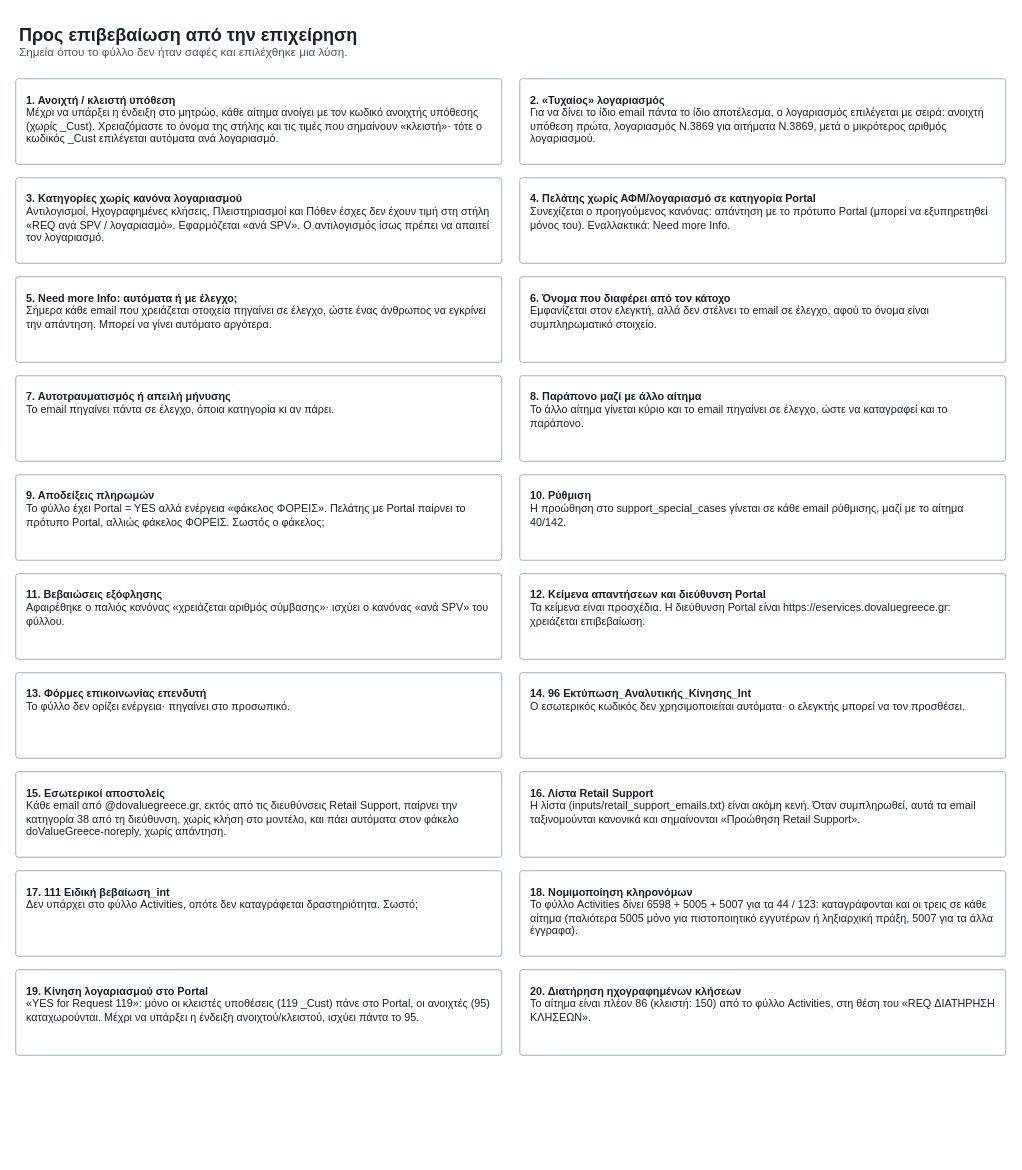
Earlier version of the draw.io diagram page "5 Προς επιβεβαίωση" (5 of 6) of docs/decision_rules.drawio (nicoleplak/email-classification). Source tidied: cells renumbered, new cells numbered last; positions are measured from the earlier drawing's top-left corner, leaving out a move shared by most shapes. Both pictures are drawn from the tidied source at 90%, with x=0, y=0 at pixel (15, 15).
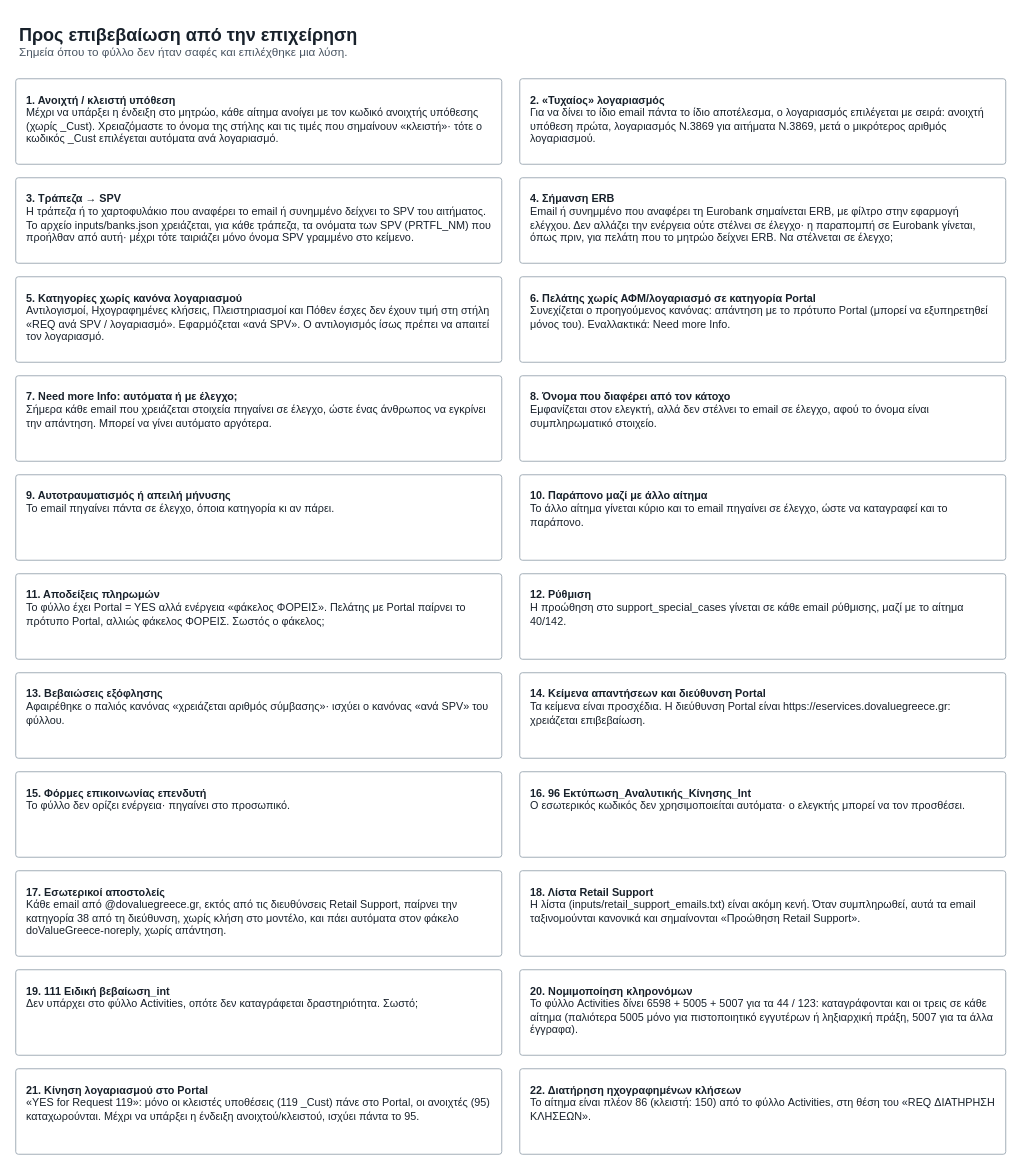
After the change.

What changed in the source:
```diff
@@
-    <mxCell id="5" value="&lt;b&gt;3. Κατηγορίες χωρίς κανόνα λογαριασμού&lt;/b&gt;&lt;br&gt;Αντιλογισμοί, Ηχογραφημένες κλήσεις, Πλειστηριασμοί και Πόθεν έσχες δεν έχουν τιμή στη στήλη «REQ ανά SPV / λογαριασμό». Εφαρμόζεται «ανά SPV». Ο αντιλογισμός ίσως πρέπει να απαιτεί τον λογαριασμό." style="rounded=1;arcSize=3;whiteSpace=wrap;html=1;align=left;verticalAlign=top;spacing=12;fillColor=#FFFFFF;strokeColor=#9AA6B2;fontFamily=Helvetica;fontColor=#18212B;fontSize=12;fontSize=12;" parent="1" vertex="1">
+    <mxCell id="5" value="&lt;b&gt;3. Τράπεζα → SPV&lt;/b&gt;&lt;br&gt;Η τράπεζα ή το χαρτοφυλάκιο που αναφέρει το email ή συνημμένο δείχνει το SPV του αιτήματος. Το αρχείο inputs/banks.json χρειάζεται, για κάθε τράπεζα, τα ονόματα των SPV (PRTFL_NM) που προήλθαν από αυτή· μέχρι τότε ταιριάζει μόνο όνομα SPV γραμμένο στο κείμενο." style="rounded=1;arcSize=3;whiteSpace=wrap;html=1;align=left;verticalAlign=top;spacing=12;fillColor=#FFFFFF;strokeColor=#9AA6B2;fontFamily=Helvetica;fontColor=#18212B;fontSize=12;fontSize=12;" parent="1" vertex="1">
       <mxGeometry y="180" width="540" height="95" as="geometry" />
     </mxCell>
-    <mxCell id="6" value="&lt;b&gt;4. Πελάτης χωρίς ΑΦΜ/λογαριασμό σε κατηγορία Portal&lt;/b&gt;&lt;br&gt;Συνεχίζεται ο προηγούμενος κανόνας: απάντηση με το πρότυπο Portal (μπορεί να εξυπηρετηθεί μόνος του). Εναλλακτικά: Need more Info." style="rounded=1;arcSize=3;whiteSpace=wrap;html=1;align=left;verticalAlign=top;spacing=12;fillColor=#FFFFFF;strokeColor=#9AA6B2;fontFamily=Helvetica;fontColor=#18212B;fontSize=12;fontSize=12;" parent="1" vertex="1">
+    <mxCell id="6" value="&lt;b&gt;4. Σήμανση ERB&lt;/b&gt;&lt;br&gt;Email ή συνημμένο που αναφέρει τη Eurobank σημαίνεται ERB, με φίλτρο στην εφαρμογή ελέγχου. Δεν αλλάζει την ενέργεια ούτε στέλνει σε έλεγχο· η παραπομπή σε Eurobank γίνεται, όπως πριν, για πελάτη που το μητρώο δείχνει ERB. Να στέλνεται σε έλεγχο;" style="rounded=1;arcSize=3;whiteSpace=wrap;html=1;align=left;verticalAlign=top;spacing=12;fillColor=#FFFFFF;strokeColor=#9AA6B2;fontFamily=Helvetica;fontColor=#18212B;fontSize=12;fontSize=12;" parent="1" vertex="1">
       <mxGeometry x="560" y="180" width="540" height="95" as="geometry" />
     </mxCell>
-    <mxCell id="7" value="&lt;b&gt;5. Need more Info: αυτόματα ή με έλεγχο;&lt;/b&gt;&lt;br&gt;Σήμερα κάθε email που χρειάζεται στοιχεία πηγαίνει σε έλεγχο, ώστε ένας άνθρωπος να εγκρίνει την απάντηση. Μπορεί να γίνει αυτόματο αργότερα." style="rounded=1;arcSize=3;whiteSpace=wrap;html=1;align=left;verticalAlign=top;spacing=12;fillColor=#FFFFFF;strokeColor=#9AA6B2;fontFamily=Helvetica;fontColor=#18212B;fontSize=12;fontSize=12;" parent="1" vertex="1">
+    <mxCell id="7" value="&lt;b&gt;5. Κατηγορίες χωρίς κανόνα λογαριασμού&lt;/b&gt;&lt;br&gt;Αντιλογισμοί, Ηχογραφημένες κλήσεις, Πλειστηριασμοί και Πόθεν έσχες δεν έχουν τιμή στη στήλη «REQ ανά SPV / λογαριασμό». Εφαρμόζεται «ανά SPV». Ο αντιλογισμός ίσως πρέπει να απαιτεί τον λογαριασμό." style="rounded=1;arcSize=3;whiteSpace=wrap;html=1;align=left;verticalAlign=top;spacing=12;fillColor=#FFFFFF;strokeColor=#9AA6B2;fontFamily=Helvetica;fontColor=#18212B;fontSize=12;fontSize=12;" parent="1" vertex="1">
       <mxGeometry y="290" width="540" height="95" as="geometry" />
     </mxCell>
-    <mxCell id="8" value="&lt;b&gt;6. Όνομα που διαφέρει από τον κάτοχο&lt;/b&gt;&lt;br&gt;Εμφανίζεται στον ελεγκτή, αλλά δεν στέλνει το email σε έλεγχο, αφού το όνομα είναι συμπληρωματικό στοιχείο." style="rounded=1;arcSize=3;whiteSpace=wrap;html=1;align=left;verticalAlign=top;spacing=12;fillColor=#FFFFFF;strokeColor=#9AA6B2;fontFamily=Helvetica;fontColor=#18212B;fontSize=12;fontSize=12;" parent="1" vertex="1">
+    <mxCell id="8" value="&lt;b&gt;6. Πελάτης χωρίς ΑΦΜ/λογαριασμό σε κατηγορία Portal&lt;/b&gt;&lt;br&gt;Συνεχίζεται ο προηγούμενος κανόνας: απάντηση με το πρότυπο Portal (μπορεί να εξυπηρετηθεί μόνος του). Εναλλακτικά: Need more Info." style="rounded=1;arcSize=3;whiteSpace=wrap;html=1;align=left;verticalAlign=top;spacing=12;fillColor=#FFFFFF;strokeColor=#9AA6B2;fontFamily=Helvetica;fontColor=#18212B;fontSize=12;fontSize=12;" parent="1" vertex="1">
       <mxGeometry x="560" y="290" width="540" height="95" as="geometry" />
     </mxCell>
-    <mxCell id="9" value="&lt;b&gt;7. Αυτοτραυματισμός ή απειλή μήνυσης&lt;/b&gt;&lt;br&gt;Το email πηγαίνει πάντα σε έλεγχο, όποια κατηγορία κι αν πάρει." style="rounded=1;arcSize=3;whiteSpace=wrap;html=1;align=left;verticalAlign=top;spacing=12;fillColor=#FFFFFF;strokeColor=#9AA6B2;fontFamily=Helvetica;fontColor=#18212B;fontSize=12;fontSize=12;" parent="1" vertex="1">
+    <mxCell id="9" value="&lt;b&gt;7. Need more Info: αυτόματα ή με έλεγχο;&lt;/b&gt;&lt;br&gt;Σήμερα κάθε email που χρειάζεται στοιχεία πηγαίνει σε έλεγχο, ώστε ένας άνθρωπος να εγκρίνει την απάντηση. Μπορεί να γίνει αυτόματο αργότερα." style="rounded=1;arcSize=3;whiteSpace=wrap;html=1;align=left;verticalAlign=top;spacing=12;fillColor=#FFFFFF;strokeColor=#9AA6B2;fontFamily=Helvetica;fontColor=#18212B;fontSize=12;fontSize=12;" parent="1" vertex="1">
       <mxGeometry y="400" width="540" height="95" as="geometry" />
     </mxCell>
-    <mxCell id="10" value="&lt;b&gt;8. Παράπονο μαζί με άλλο αίτημα&lt;/b&gt;&lt;br&gt;Το άλλο αίτημα γίνεται κύριο και το email πηγαίνει σε έλεγχο, ώστε να καταγραφεί και το παράπονο." style="rounded=1;arcSize=3;whiteSpace=wrap;html=1;align=left;verticalAlign=top;spacing=12;fillColor=#FFFFFF;strokeColor=#9AA6B2;fontFamily=Helvetica;fontColor=#18212B;fontSize=12;fontSize=12;" parent="1" vertex="1">
+    <mxCell id="10" value="&lt;b&gt;8. Όνομα που διαφέρει από τον κάτοχο&lt;/b&gt;&lt;br&gt;Εμφανίζεται στον ελεγκτή, αλλά δεν στέλνει το email σε έλεγχο, αφού το όνομα είναι συμπληρωματικό στοιχείο." style="rounded=1;arcSize=3;whiteSpace=wrap;html=1;align=left;verticalAlign=top;spacing=12;fillColor=#FFFFFF;strokeColor=#9AA6B2;fontFamily=Helvetica;fontColor=#18212B;fontSize=12;fontSize=12;" parent="1" vertex="1">
       <mxGeometry x="560" y="400" width="540" height="95" as="geometry" />
     </mxCell>
-    <mxCell id="11" value="&lt;b&gt;9. Αποδείξεις πληρωμών&lt;/b&gt;&lt;br&gt;Το φύλλο έχει Portal = YES αλλά ενέργεια «φάκελος ΦΟΡΕΙΣ». Πελάτης με Portal παίρνει το πρότυπο Portal, αλλιώς φάκελος ΦΟΡΕΙΣ. Σωστός ο φάκελος;" style="rounded=1;arcSize=3;whiteSpace=wrap;html=1;align=left;verticalAlign=top;spacing=12;fillColor=#FFFFFF;strokeColor=#9AA6B2;fontFamily=Helvetica;fontColor=#18212B;fontSize=12;fontSize=12;" parent="1" vertex="1">
+    <mxCell id="11" value="&lt;b&gt;9. Αυτοτραυματισμός ή απειλή μήνυσης&lt;/b&gt;&lt;br&gt;Το email πηγαίνει πάντα σε έλεγχο, όποια κατηγορία κι αν πάρει." style="rounded=1;arcSize=3;whiteSpace=wrap;html=1;align=left;verticalAlign=top;spacing=12;fillColor=#FFFFFF;strokeColor=#9AA6B2;fontFamily=Helvetica;fontColor=#18212B;fontSize=12;fontSize=12;" parent="1" vertex="1">
       <mxGeometry y="510" width="540" height="95" as="geometry" />
     </mxCell>
-    <mxCell id="12" value="&lt;b&gt;10. Ρύθμιση&lt;/b&gt;&lt;br&gt;Η προώθηση στο support_special_cases γίνεται σε κάθε email ρύθμισης, μαζί με το αίτημα 40/142." style="rounded=1;arcSize=3;whiteSpace=wrap;html=1;align=left;verticalAlign=top;spacing=12;fillColor=#FFFFFF;strokeColor=#9AA6B2;fontFamily=Helvetica;fontColor=#18212B;fontSize=12;fontSize=12;" parent="1" vertex="1">
+    <mxCell id="12" value="&lt;b&gt;10. Παράπονο μαζί με άλλο αίτημα&lt;/b&gt;&lt;br&gt;Το άλλο αίτημα γίνεται κύριο και το email πηγαίνει σε έλεγχο, ώστε να καταγραφεί και το παράπονο." style="rounded=1;arcSize=3;whiteSpace=wrap;html=1;align=left;verticalAlign=top;spacing=12;fillColor=#FFFFFF;strokeColor=#9AA6B2;fontFamily=Helvetica;fontColor=#18212B;fontSize=12;fontSize=12;" parent="1" vertex="1">
       <mxGeometry x="560" y="510" width="540" height="95" as="geometry" />
     </mxCell>
-    <mxCell id="13" value="&lt;b&gt;11. Βεβαιώσεις εξόφλησης&lt;/b&gt;&lt;br&gt;Αφαιρέθηκε ο παλιός κανόνας «χρειάζεται αριθμός σύμβασης»· ισχύει ο κανόνας «ανά SPV» του φύλλου." style="rounded=1;arcSize=3;whiteSpace=wrap;html=1;align=left;verticalAlign=top;spacing=12;fillColor=#FFFFFF;strokeColor=#9AA6B2;fontFamily=Helvetica;fontColor=#18212B;fontSize=12;fontSize=12;" parent="1" vertex="1">
+    <mxCell id="13" value="&lt;b&gt;11. Αποδείξεις πληρωμών&lt;/b&gt;&lt;br&gt;Το φύλλο έχει Portal = YES αλλά ενέργεια «φάκελος ΦΟΡΕΙΣ». Πελάτης με Portal παίρνει το πρότυπο Portal, αλλιώς φάκελος ΦΟΡΕΙΣ. Σωστός ο φάκελος;" style="rounded=1;arcSize=3;whiteSpace=wrap;html=1;align=left;verticalAlign=top;spacing=12;fillColor=#FFFFFF;strokeColor=#9AA6B2;fontFamily=Helvetica;fontColor=#18212B;fontSize=12;fontSize=12;" parent="1" vertex="1">
       <mxGeometry y="620" width="540" height="95" as="geometry" />
     </mxCell>
-    <mxCell id="14" value="&lt;b&gt;12. Κείμενα απαντήσεων και διεύθυνση Portal&lt;/b&gt;&lt;br&gt;Τα κείμενα είναι προσχέδια. Η διεύθυνση Portal είναι https://eservices.dovaluegreece.gr: χρειάζεται επιβεβαίωση." style="rounded=1;arcSize=3;whiteSpace=wrap;html=1;align=left;verticalAlign=top;spacing=12;fillColor=#FFFFFF;strokeColor=#9AA6B2;fontFamily=Helvetica;fontColor=#18212B;fontSize=12;fontSize=12;" parent="1" vertex="1">
+    <mxCell id="14" value="&lt;b&gt;12. Ρύθμιση&lt;/b&gt;&lt;br&gt;Η προώθηση στο support_special_cases γίνεται σε κάθε email ρύθμισης, μαζί με το αίτημα 40/142." style="rounded=1;arcSize=3;whiteSpace=wrap;html=1;align=left;verticalAlign=top;spacing=12;fillColor=#FFFFFF;strokeColor=#9AA6B2;fontFamily=Helvetica;fontColor=#18212B;fontSize=12;fontSize=12;" parent="1" vertex="1">
       <mxGeometry x="560" y="620" width="540" height="95" as="geometry" />
     </mxCell>
-    <mxCell id="15" value="&lt;b&gt;13. Φόρμες επικοινωνίας επενδυτή&lt;/b&gt;&lt;br&gt;Το φύλλο δεν ορίζει ενέργεια· πηγαίνει στο προσωπικό." style="rounded=1;arcSize=3;whiteSpace=wrap;html=1;align=left;verticalAlign=top;spacing=12;fillColor=#FFFFFF;strokeColor=#9AA6B2;fontFamily=Helvetica;fontColor=#18212B;fontSize=12;fontSize=12;" parent="1" vertex="1">
+    <mxCell id="15" value="&lt;b&gt;13. Βεβαιώσεις εξόφλησης&lt;/b&gt;&lt;br&gt;Αφαιρέθηκε ο παλιός κανόνας «χρειάζεται αριθμός σύμβασης»· ισχύει ο κανόνας «ανά SPV» του φύλλου." style="rounded=1;arcSize=3;whiteSpace=wrap;html=1;align=left;verticalAlign=top;spacing=12;fillColor=#FFFFFF;strokeColor=#9AA6B2;fontFamily=Helvetica;fontColor=#18212B;fontSize=12;fontSize=12;" parent="1" vertex="1">
       <mxGeometry y="730" width="540" height="95" as="geometry" />
     </mxCell>
-    <mxCell id="16" value="&lt;b&gt;14. 96 Εκτύπωση_Αναλυτικής_Κίνησης_Int&lt;/b&gt;&lt;br&gt;Ο εσωτερικός κωδικός δεν χρησιμοποιείται αυτόματα· ο ελεγκτής μπορεί να τον προσθέσει." style="rounded=1;arcSize=3;whiteSpace=wrap;html=1;align=left;verticalAlign=top;spacing=12;fillColor=#FFFFFF;strokeColor=#9AA6B2;fontFamily=Helvetica;fontColor=#18212B;fontSize=12;fontSize=12;" parent="1" vertex="1">
+    <mxCell id="16" value="&lt;b&gt;14. Κείμενα απαντήσεων και διεύθυνση Portal&lt;/b&gt;&lt;br&gt;Τα κείμενα είναι προσχέδια. Η διεύθυνση Portal είναι https://eservices.dovaluegreece.gr: χρειάζεται επιβεβαίωση." style="rounded=1;arcSize=3;whiteSpace=wrap;html=1;align=left;verticalAlign=top;spacing=12;fillColor=#FFFFFF;strokeColor=#9AA6B2;fontFamily=Helvetica;fontColor=#18212B;fontSize=12;fontSize=12;" parent="1" vertex="1">
       <mxGeometry x="560" y="730" width="540" height="95" as="geometry" />
     </mxCell>
-    <mxCell id="17" value="&lt;b&gt;15. Εσωτερικοί αποστολείς&lt;/b&gt;&lt;br&gt;Κάθε email από @dovaluegreece.gr, εκτός από τις διευθύνσεις Retail Support, παίρνει την κατηγορία 38 από τη διεύθυνση, χωρίς κλήση στο μοντέλο, και πάει αυτόματα στον φάκελο doValueGreece-noreply, χωρίς απάντηση." style="rounded=1;arcSize=3;whiteSpace=wrap;html=1;align=left;verticalAlign=top;spacing=12;fillColor=#FFFFFF;strokeColor=#9AA6B2;fontFamily=Helvetica;fontColor=#18212B;fontSize=12;fontSize=12;" parent="1" vertex="1">
+    <mxCell id="17" value="&lt;b&gt;15. Φόρμες επικοινωνίας επενδυτή&lt;/b&gt;&lt;br&gt;Το φύλλο δεν ορίζει ενέργεια· πηγαίνει στο προσωπικό." style="rounded=1;arcSize=3;whiteSpace=wrap;html=1;align=left;verticalAlign=top;spacing=12;fillColor=#FFFFFF;strokeColor=#9AA6B2;fontFamily=Helvetica;fontColor=#18212B;fontSize=12;fontSize=12;" parent="1" vertex="1">
       <mxGeometry y="840" width="540" height="95" as="geometry" />
     </mxCell>
-    <mxCell id="18" value="&lt;b&gt;16. Λίστα Retail Support&lt;/b&gt;&lt;br&gt;Η λίστα (inputs/retail_support_emails.txt) είναι ακόμη κενή. Όταν συμπληρωθεί, αυτά τα email ταξινομούνται κανονικά και σημαίνονται «Προώθηση Retail Support»." style="rounded=1;arcSize=3;whiteSpace=wrap;html=1;align=left;verticalAlign=top;spacing=12;fillColor=#FFFFFF;strokeColor=#9AA6B2;fontFamily=Helvetica;fontColor=#18212B;fontSize=12;fontSize=12;" parent="1" vertex="1">
+    <mxCell id="18" value="&lt;b&gt;16. 96 Εκτύπωση_Αναλυτικής_Κίνησης_Int&lt;/b&gt;&lt;br&gt;Ο εσωτερικός κωδικός δεν χρησιμοποιείται αυτόματα· ο ελεγκτής μπορεί να τον προσθέσει." style="rounded=1;arcSize=3;whiteSpace=wrap;html=1;align=left;verticalAlign=top;spacing=12;fillColor=#FFFFFF;strokeColor=#9AA6B2;fontFamily=Helvetica;fontColor=#18212B;fontSize=12;fontSize=12;" parent="1" vertex="1">
       <mxGeometry x="560" y="840" width="540" height="95" as="geometry" />
     </mxCell>
-    <mxCell id="19" value="&lt;b&gt;17. 111 Ειδική βεβαίωση_int&lt;/b&gt;&lt;br&gt;Δεν υπάρχει στο φύλλο Activities, οπότε δεν καταγράφεται δραστηριότητα. Σωστό;" style="rounded=1;arcSize=3;whiteSpace=wrap;html=1;align=left;verticalAlign=top;spacing=12;fillColor=#FFFFFF;strokeColor=#9AA6B2;fontFamily=Helvetica;fontColor=#18212B;fontSize=12;fontSize=12;" parent="1" vertex="1">
+    <mxCell id="19" value="&lt;b&gt;17. Εσωτερικοί αποστολείς&lt;/b&gt;&lt;br&gt;Κάθε email από @dovaluegreece.gr, εκτός από τις διευθύνσεις Retail Support, παίρνει την κατηγορία 38 από τη διεύθυνση, χωρίς κλήση στο μοντέλο, και πάει αυτόματα στον φάκελο doValueGreece-noreply, χωρίς απάντηση." style="rounded=1;arcSize=3;whiteSpace=wrap;html=1;align=left;verticalAlign=top;spacing=12;fillColor=#FFFFFF;strokeColor=#9AA6B2;fontFamily=Helvetica;fontColor=#18212B;fontSize=12;fontSize=12;" parent="1" vertex="1">
       <mxGeometry y="950" width="540" height="95" as="geometry" />
     </mxCell>
-    <mxCell id="20" value="&lt;b&gt;18. Νομιμοποίηση κληρονόμων&lt;/b&gt;&lt;br&gt;Το φύλλο Activities δίνει 6598 + 5005 + 5007 για τα 44 / 123: καταγράφονται και οι τρεις σε κάθε αίτημα (παλιότερα 5005 μόνο για πιστοποιητικό εγγυτέρων ή ληξιαρχική πράξη, 5007 για τα άλλα έγγραφα)." style="rounded=1;arcSize=3;whiteSpace=wrap;html=1;align=left;verticalAlign=top;spacing=12;fillColor=#FFFFFF;strokeColor=#9AA6B2;fontFamily=Helvetica;fontColor=#18212B;fontSize=12;fontSize=12;" parent="1" vertex="1">
+    <mxCell id="20" value="&lt;b&gt;18. Λίστα Retail Support&lt;/b&gt;&lt;br&gt;Η λίστα (inputs/retail_support_emails.txt) είναι ακόμη κενή. Όταν συμπληρωθεί, αυτά τα email ταξινομούνται κανονικά και σημαίνονται «Προώθηση Retail Support»." style="rounded=1;arcSize=3;whiteSpace=wrap;html=1;align=left;verticalAlign=top;spacing=12;fillColor=#FFFFFF;strokeColor=#9AA6B2;fontFamily=Helvetica;fontColor=#18212B;fontSize=12;fontSize=12;" parent="1" vertex="1">
       <mxGeometry x="560" y="950" width="540" height="95" as="geometry" />
     </mxCell>
-    <mxCell id="21" value="&lt;b&gt;19. Κίνηση λογαριασμού στο Portal&lt;/b&gt;&lt;br&gt;«YES for Request 119»: μόνο οι κλειστές υποθέσεις (119 _Cust) πάνε στο Portal, οι ανοιχτές (95) καταχωρούνται. Μέχρι να υπάρξει η ένδειξη ανοιχτού/κλειστού, ισχύει πάντα το 95." style="rounded=1;arcSize=3;whiteSpace=wrap;html=1;align=left;verticalAlign=top;spacing=12;fillColor=#FFFFFF;strokeColor=#9AA6B2;fontFamily=Helvetica;fontColor=#18212B;fontSize=12;fontSize=12;" parent="1" vertex="1">
+    <mxCell id="21" value="&lt;b&gt;19. 111 Ειδική βεβαίωση_int&lt;/b&gt;&lt;br&gt;Δεν υπάρχει στο φύλλο Activities, οπότε δεν καταγράφεται δραστηριότητα. Σωστό;" style="rounded=1;arcSize=3;whiteSpace=wrap;html=1;align=left;verticalAlign=top;spacing=12;fillColor=#FFFFFF;strokeColor=#9AA6B2;fontFamily=Helvetica;fontColor=#18212B;fontSize=12;fontSize=12;" parent="1" vertex="1">
       <mxGeometry y="1060" width="540" height="95" as="geometry" />
     </mxCell>
-    <mxCell id="22" value="&lt;b&gt;20. Διατήρηση ηχογραφημένων κλήσεων&lt;/b&gt;&lt;br&gt;Το αίτημα είναι πλέον 86 (κλειστή: 150) από το φύλλο Activities, στη θέση του «REQ ΔΙΑΤΗΡΗΣΗ ΚΛΗΣΕΩΝ»." style="rounded=1;arcSize=3;whiteSpace=wrap;html=1;align=left;verticalAlign=top;spacing=12;fillColor=#FFFFFF;strokeColor=#9AA6B2;fontFamily=Helvetica;fontColor=#18212B;fontSize=12;fontSize=12;" parent="1" vertex="1">
+    <mxCell id="22" value="&lt;b&gt;20. Νομιμοποίηση κληρονόμων&lt;/b&gt;&lt;br&gt;Το φύλλο Activities δίνει 6598 + 5005 + 5007 για τα 44 / 123: καταγράφονται και οι τρεις σε κάθε αίτημα (παλιότερα 5005 μόνο για πιστοποιητικό εγγυτέρων ή ληξιαρχική πράξη, 5007 για τα άλλα έγγραφα)." style="rounded=1;arcSize=3;whiteSpace=wrap;html=1;align=left;verticalAlign=top;spacing=12;fillColor=#FFFFFF;strokeColor=#9AA6B2;fontFamily=Helvetica;fontColor=#18212B;fontSize=12;fontSize=12;" parent="1" vertex="1">
       <mxGeometry x="560" y="1060" width="540" height="95" as="geometry" />
     </mxCell>
+    <mxCell id="23" value="&lt;b&gt;21. Κίνηση λογαριασμού στο Portal&lt;/b&gt;&lt;br&gt;«YES for Request 119»: μόνο οι κλειστές υποθέσεις (119 _Cust) πάνε στο Portal, οι ανοιχτές (95) καταχωρούνται. Μέχρι να υπάρξει η ένδειξη ανοιχτού/κλειστού, ισχύει πάντα το 95." style="rounded=1;arcSize=3;whiteSpace=wrap;html=1;align=left;verticalAlign=top;spacing=12;fillColor=#FFFFFF;strokeColor=#9AA6B2;fontFamily=Helvetica;fontColor=#18212B;fontSize=12;fontSize=12;" parent="1" vertex="1">
+      <mxGeometry y="1170" width="540" height="95" as="geometry" />
+    </mxCell>
+    <mxCell id="24" value="&lt;b&gt;22. Διατήρηση ηχογραφημένων κλήσεων&lt;/b&gt;&lt;br&gt;Το αίτημα είναι πλέον 86 (κλειστή: 150) από το φύλλο Activities, στη θέση του «REQ ΔΙΑΤΗΡΗΣΗ ΚΛΗΣΕΩΝ»." style="rounded=1;arcSize=3;whiteSpace=wrap;html=1;align=left;verticalAlign=top;spacing=12;fillColor=#FFFFFF;strokeColor=#9AA6B2;fontFamily=Helvetica;fontColor=#18212B;fontSize=12;fontSize=12;" parent="1" vertex="1">
+      <mxGeometry x="560" y="1170" width="540" height="95" as="geometry" />
+    </mxCell>
```
